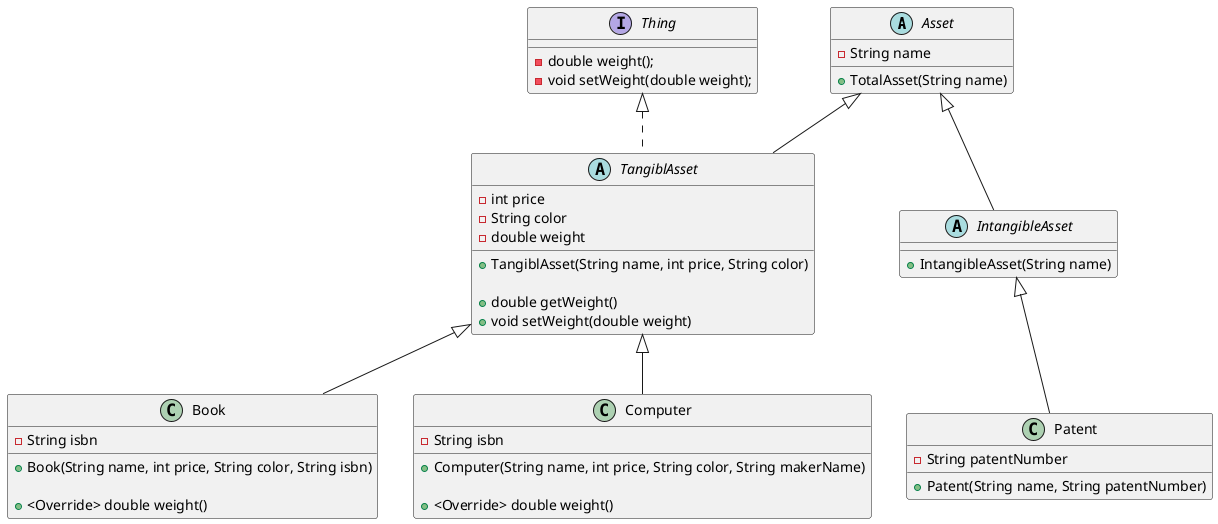
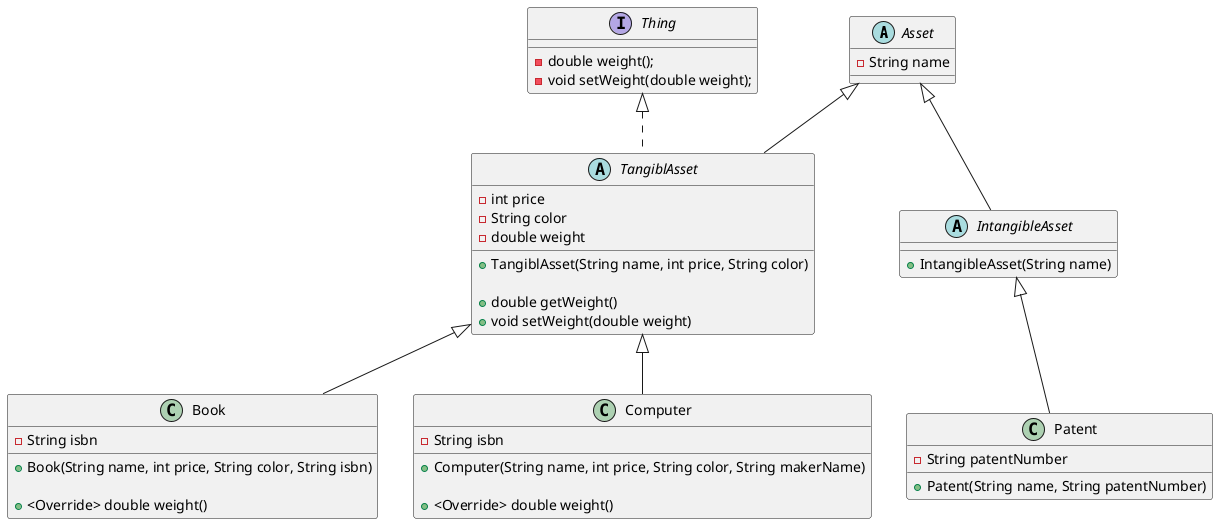
@startuml
scale 1

abstract class Asset{
    -String name
- 
-     +TotalAsset(String name)
}

abstract class TangiblAsset extends Asset implements Thing{
    -int price
    -String color
    -double weight

    +TangiblAsset(String name, int price, String color)

    +double getWeight()
    +void setWeight(double weight)
}

class Book extends TangiblAsset{
    -String isbn

    +Book(String name, int price, String color, String isbn)

    +<Override> double weight()
}

class Computer extends TangiblAsset{
    -String isbn

    +Computer(String name, int price, String color, String makerName)

    +<Override> double weight()
}

abstract class IntangibleAsset extends Asset{
    +IntangibleAsset(String name)
}

class Patent extends IntangibleAsset {
    -String patentNumber

    +Patent(String name, String patentNumber)
}

interface Thing {
    -double weight();
    -void setWeight(double weight);
}


@enduml